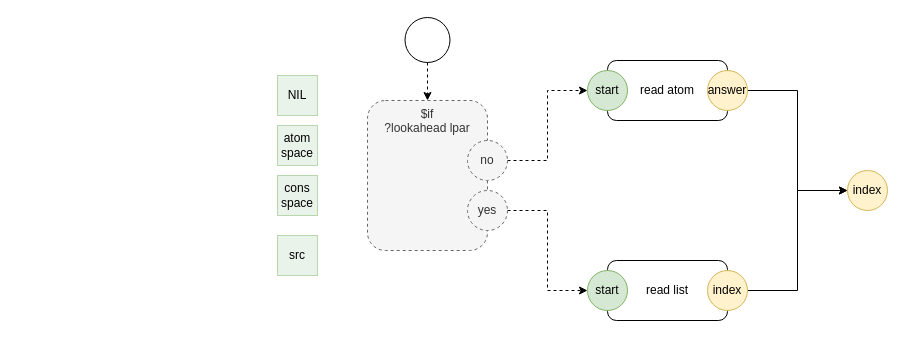
The draw.io diagram page "read" (3 of 7) of eval.drawio in guitarvydas/dasl2, before the edit. Source tidied: cells renumbered, new cells numbered last; positions are measured from the earlier drawing's top-left corner, leaving out a move shared by most shapes. Both pictures are drawn from the tidied source at 100%, with x=0, y=0 at pixel (277, 17).
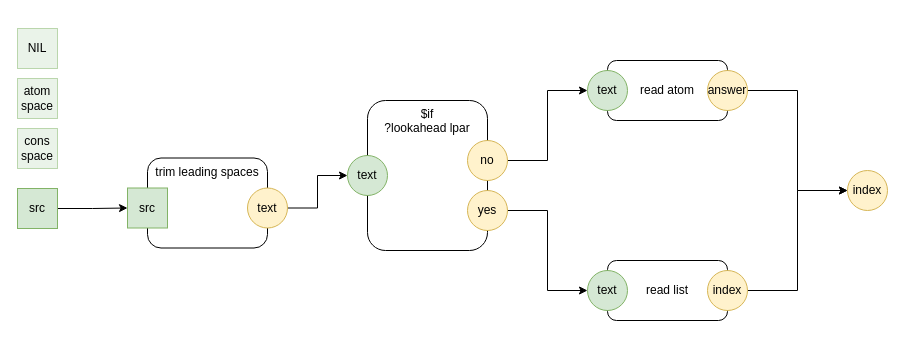
After the change.

What changed in the source:
```diff
@@
-    <mxCell id="2" value="$if&lt;br&gt;?lookahead lpar" style="rounded=1;whiteSpace=wrap;html=1;verticalAlign=top;fillColor=#f5f5f5;strokeColor=#666666;fontColor=#333333;dashed=1;" parent="1" vertex="1">
+    <mxCell id="2" value="$if&lt;br&gt;?lookahead lpar" style="rounded=1;whiteSpace=wrap;html=1;verticalAlign=top;" parent="1" vertex="1">
       <mxGeometry x="90" y="83" width="120" height="150" as="geometry" />
     </mxCell>
@@
-    <mxCell id="5" style="edgeStyle=orthogonalEdgeStyle;rounded=0;jettySize=auto;html=1;exitX=0.5;exitY=1;exitDx=0;exitDy=0;dashed=1;" parent="1" edge="1" source="6">
-      <mxGeometry relative="1" as="geometry">
-        <mxPoint x="150" y="83" as="targetPoint" />
-      </mxGeometry>
-    </mxCell>
-    <mxCell id="6" style="ellipse;whiteSpace=wrap;html=1;" parent="1" vertex="1">
-      <mxGeometry x="127.5" width="45" height="45" as="geometry" />
-    </mxCell>
-    <mxCell id="7" style="edgeStyle=orthogonalEdgeStyle;rounded=0;jettySize=auto;html=1;exitX=1;exitY=0.5;exitDx=0;exitDy=0;entryX=0;entryY=0.5;entryDx=0;entryDy=0;dashed=1;" parent="1" edge="1" source="8" target="12">
+    <mxCell id="7" style="edgeStyle=orthogonalEdgeStyle;rounded=0;jettySize=auto;html=1;exitX=1;exitY=0.5;exitDx=0;exitDy=0;entryX=0;entryY=0.5;entryDx=0;entryDy=0;" parent="1" edge="1" source="8" target="12">
       <mxGeometry relative="1" as="geometry" />
     </mxCell>
-    <mxCell id="8" value="no" style="ellipse;whiteSpace=wrap;html=1;fillColor=#f5f5f5;strokeColor=#666666;fontColor=#333333;dashed=1;" parent="1" vertex="1">
+    <mxCell id="8" value="no" style="ellipse;whiteSpace=wrap;html=1;fillColor=#fff2cc;strokeColor=#d6b656;" parent="1" vertex="1">
       <mxGeometry x="190" y="123" width="40" height="40" as="geometry" />
     </mxCell>
-    <mxCell id="9" style="edgeStyle=orthogonalEdgeStyle;rounded=0;jettySize=auto;html=1;exitX=1;exitY=0.5;exitDx=0;exitDy=0;entryX=0;entryY=0.5;entryDx=0;entryDy=0;dashed=1;" parent="1" edge="1" source="10" target="11">
+    <mxCell id="9" style="edgeStyle=orthogonalEdgeStyle;rounded=0;jettySize=auto;html=1;exitX=1;exitY=0.5;exitDx=0;exitDy=0;entryX=0;entryY=0.5;entryDx=0;entryDy=0;" parent="1" edge="1" source="10" target="11">
       <mxGeometry relative="1" as="geometry" />
     </mxCell>
-    <mxCell id="10" value="yes" style="ellipse;whiteSpace=wrap;html=1;fillColor=#f5f5f5;strokeColor=#666666;fontColor=#333333;dashed=1;" parent="1" vertex="1">
+    <mxCell id="10" value="yes" style="ellipse;whiteSpace=wrap;html=1;fillColor=#fff2cc;strokeColor=#d6b656;" parent="1" vertex="1">
       <mxGeometry x="190" y="173" width="40" height="40" as="geometry" />
     </mxCell>
-    <mxCell id="11" value="start" style="ellipse;whiteSpace=wrap;html=1;fillColor=#d5e8d4;strokeColor=#82b366;" parent="1" vertex="1">
+    <mxCell id="11" value="text" style="ellipse;whiteSpace=wrap;html=1;fillColor=#d5e8d4;strokeColor=#82b366;" parent="1" vertex="1">
       <mxGeometry x="310" y="253" width="40" height="40" as="geometry" />
     </mxCell>
-    <mxCell id="12" value="start" style="ellipse;whiteSpace=wrap;html=1;fillColor=#d5e8d4;strokeColor=#82b366;" parent="1" vertex="1">
+    <mxCell id="12" value="text" style="ellipse;whiteSpace=wrap;html=1;fillColor=#d5e8d4;strokeColor=#82b366;" parent="1" vertex="1">
       <mxGeometry x="310" y="53" width="40" height="40" as="geometry" />
     </mxCell>
@@
     <mxCell id="18" value="cons space" style="whiteSpace=wrap;html=1;fillColor=#d5e8d4;strokeColor=#82b366;opacity=50;" parent="1" vertex="1">
-      <mxGeometry y="158" width="40" height="40" as="geometry" />
+      <mxGeometry x="-260" y="111" width="40" height="40" as="geometry" />
     </mxCell>
+    <mxCell id="22" style="edgeStyle=orthogonalEdgeStyle;rounded=0;jettySize=auto;html=1;exitX=1;exitY=0.5;exitDx=0;exitDy=0;entryX=0;entryY=0.5;entryDx=0;entryDy=0;" parent="1" edge="1" source="19" target="26">
+      <mxGeometry relative="1" as="geometry" />
+    </mxCell>
-    <mxCell id="19" value="src" style="whiteSpace=wrap;html=1;fillColor=#d5e8d4;strokeColor=#82b366;opacity=50;" parent="1" vertex="1">
-      <mxGeometry y="218" width="40" height="40" as="geometry" />
+    <mxCell id="19" value="src" style="whiteSpace=wrap;html=1;fillColor=#d5e8d4;strokeColor=#82b366;" parent="1" vertex="1">
+      <mxGeometry x="-260" y="171" width="40" height="40" as="geometry" />
     </mxCell>
     <mxCell id="20" value="atom space" style="whiteSpace=wrap;html=1;fillColor=#d5e8d4;strokeColor=#82b366;opacity=50;" parent="1" vertex="1">
-      <mxGeometry y="108" width="40" height="40" as="geometry" />
+      <mxGeometry x="-260" y="61" width="40" height="40" as="geometry" />
     </mxCell>
     <mxCell id="21" value="NIL" style="whiteSpace=wrap;html=1;fillColor=#d5e8d4;strokeColor=#82b366;opacity=50;" parent="1" vertex="1">
-      <mxGeometry y="58" width="40" height="40" as="geometry" />
+      <mxGeometry x="-260" y="11" width="40" height="40" as="geometry" />
     </mxCell>
+    <mxCell id="23" value="trim leading spaces" style="rounded=1;whiteSpace=wrap;html=1;verticalAlign=top;" parent="1" vertex="1">
+      <mxGeometry x="-130" y="140.5" width="120" height="90" as="geometry" />
+    </mxCell>
+    <mxCell id="24" style="edgeStyle=orthogonalEdgeStyle;rounded=0;jettySize=auto;html=1;exitX=1;exitY=0.5;exitDx=0;exitDy=0;" parent="1" edge="1" source="25" target="27">
+      <mxGeometry relative="1" as="geometry" />
+    </mxCell>
+    <mxCell id="25" value="text" style="ellipse;whiteSpace=wrap;html=1;fillColor=#fff2cc;strokeColor=#d6b656;" parent="1" vertex="1">
+      <mxGeometry x="-30" y="170.5" width="40" height="40" as="geometry" />
+    </mxCell>
+    <mxCell id="26" value="src" style="whiteSpace=wrap;html=1;fillColor=#d5e8d4;strokeColor=#82b366;" parent="1" vertex="1">
+      <mxGeometry x="-150" y="170.5" width="40" height="40" as="geometry" />
+    </mxCell>
+    <mxCell id="27" value="text" style="ellipse;whiteSpace=wrap;html=1;fillColor=#d5e8d4;strokeColor=#82b366;" parent="1" vertex="1">
+      <mxGeometry x="70" y="138" width="40" height="40" as="geometry" />
+    </mxCell>
```
